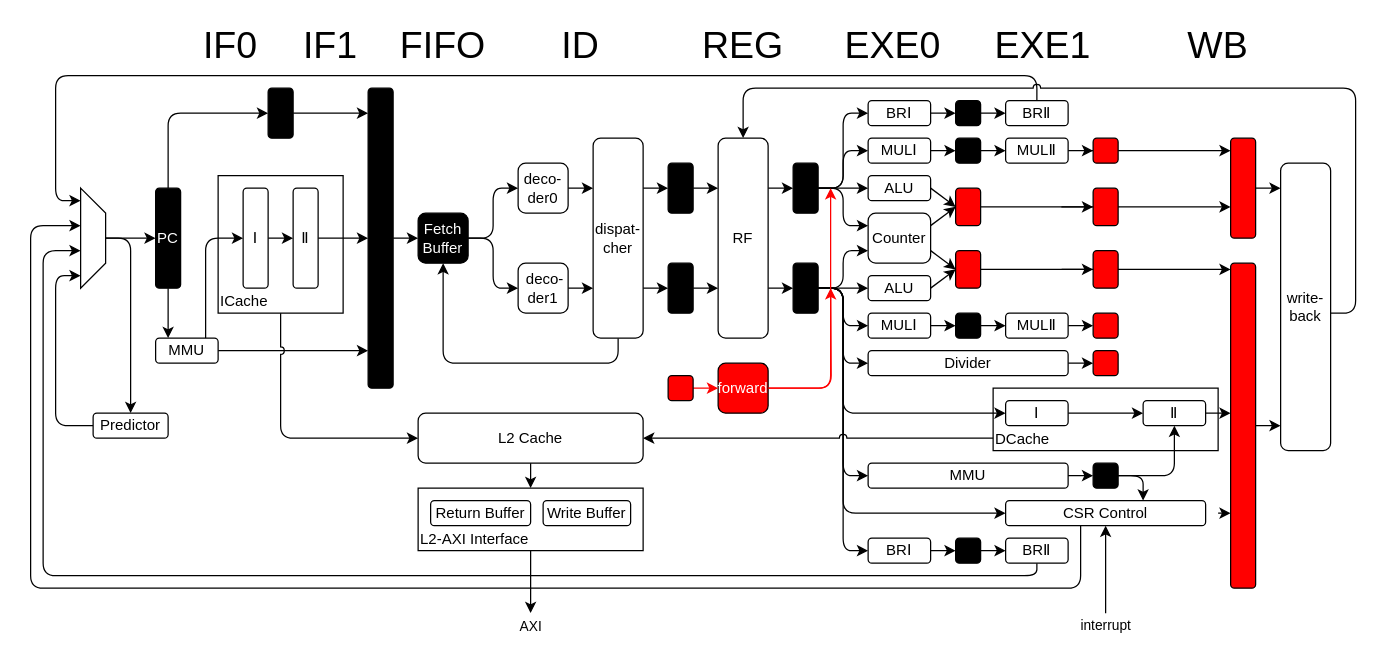
caochenrui/Draw.io keeps this draw.io diagram as 未命名绘图4.drawio. Above is the earlier version. Source tidied: cells renumbered, new cells numbered last; positions are measured from the earlier drawing's top-left corner, leaving out a move shared by most shapes. Both pictures are drawn from the tidied source at 125%, with x=0, y=0 at pixel (30, 25).
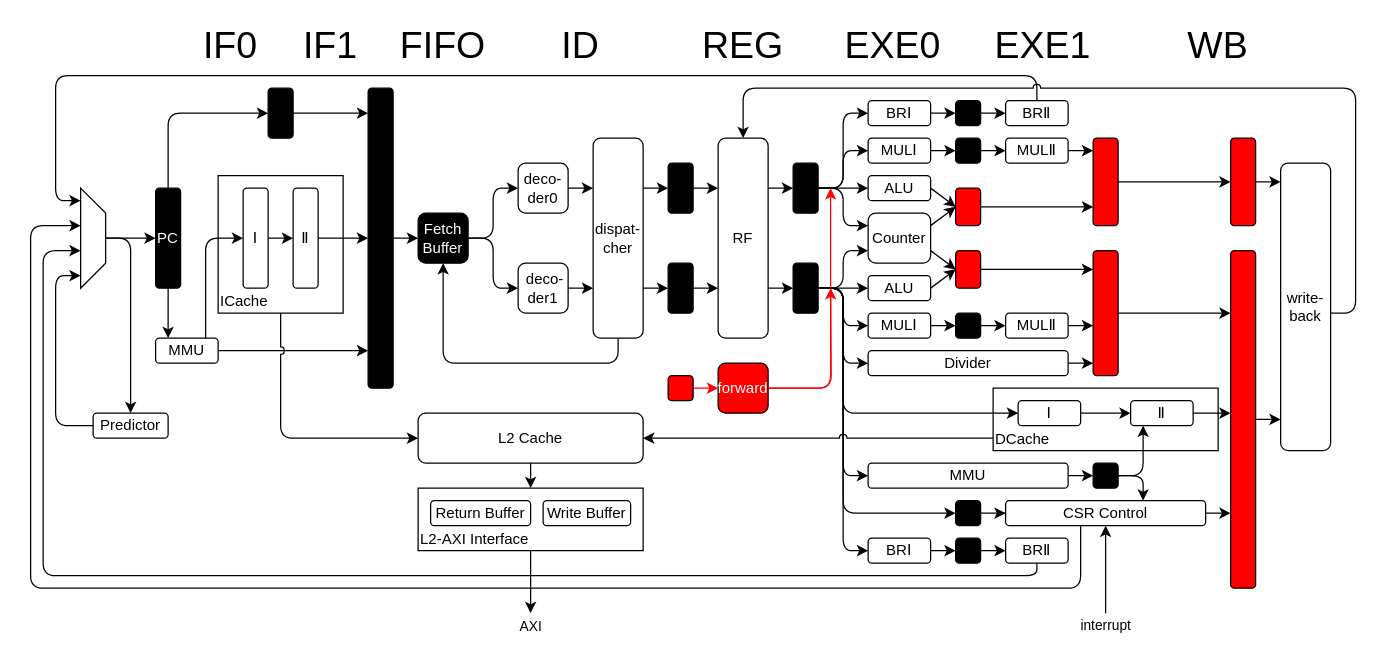
Above is the later version.

Commit message (it also covers changes not shown here):
更新未命名绘图4.drawio

The change refers to these unchanged cells:
```xml
<mxCell id="43" style="whiteSpace=wrap;html=1;fillColor=#000000;fontColor=default;rounded=1;" parent="1" vertex="1">
  <mxGeometry x="610" y="190" width="20" height="40" as="geometry" />
</mxCell>
<mxCell id="49" style="whiteSpace=wrap;html=1;fillColor=#FF0000;fontColor=default;rounded=1;" parent="1" vertex="1">
  <mxGeometry x="740" y="130" width="20" height="30" as="geometry" />
</mxCell>
<mxCell id="65" value="Divider" style="rounded=1;whiteSpace=wrap;html=1;" parent="1" vertex="1">
  <mxGeometry x="670" y="260" width="160" height="20" as="geometry" />
</mxCell>
<mxCell id="68" value="CSR Control" style="rounded=1;whiteSpace=wrap;html=1;" parent="1" vertex="1">
  <mxGeometry x="780" y="380" width="160" height="20" as="geometry" />
</mxCell>
<mxCell id="72" style="whiteSpace=wrap;html=1;fillColor=#FF0000;fontColor=default;rounded=1;" parent="1" vertex="1">
  <mxGeometry x="740" y="180" width="20" height="30" as="geometry" />
</mxCell>
<mxCell id="93" value="write-&lt;br&gt;back" style="rounded=1;whiteSpace=wrap;html=1;" parent="1" vertex="1">
  <mxGeometry x="1000" y="110" width="40" height="230" as="geometry" />
</mxCell>
<mxCell id="103" value="MULⅡ" style="rounded=1;whiteSpace=wrap;html=1;" parent="1" vertex="1">
  <mxGeometry x="780" y="230" width="50" height="20" as="geometry" />
</mxCell>
<mxCell id="109" value="MULⅡ" style="rounded=1;whiteSpace=wrap;html=1;" parent="1" vertex="1">
  <mxGeometry x="780" y="90" width="50" height="20" as="geometry" />
</mxCell>
<mxCell id="139" style="whiteSpace=wrap;html=1;fillColor=#000000;fontColor=default;rounded=1;" parent="1" vertex="1">
  <mxGeometry x="850" y="350" width="20" height="20" as="geometry" />
</mxCell>
```

Diff of the diagram source:
```diff
@@
-    <mxCell id="38" style="edgeStyle=orthogonalEdgeStyle;rounded=1;jettySize=auto;html=1;exitX=1;exitY=0.5;exitDx=0;exitDy=0;" parent="1" edge="1" source="43" target="68">
-      <mxGeometry relative="1" as="geometry">
-        <Array as="points">
-          <mxPoint x="650" y="210" />
-          <mxPoint x="650" y="390" />
-        </Array>
-      </mxGeometry>
-    </mxCell>
@@
-    <mxCell id="48" style="edgeStyle=orthogonalEdgeStyle;rounded=1;jettySize=auto;html=1;exitX=1;exitY=0.5;exitDx=0;exitDy=0;" parent="1" edge="1" source="135" target="55">
-      <mxGeometry relative="1" as="geometry">
-        <Array as="points">
-          <mxPoint x="820" y="145" />
-          <mxPoint x="820" y="145" />
-        </Array>
-      </mxGeometry>
-    </mxCell>
@@
-    <mxCell id="54" style="edgeStyle=orthogonalEdgeStyle;rounded=0;jettySize=auto;html=1;exitX=1;exitY=0.5;exitDx=0;exitDy=0;" parent="1" edge="1" source="55" target="93">
+    <mxCell id="54" style="edgeStyle=orthogonalEdgeStyle;rounded=0;jettySize=auto;html=1;exitX=1;exitY=0.5;exitDx=0;exitDy=0;" parent="1" edge="1" source="144" target="93">
       <mxGeometry relative="1" as="geometry">
         <Array as="points">
-          <mxPoint x="990" y="130" />
-          <mxPoint x="990" y="130" />
+          <mxPoint x="990" y="125" />
+          <mxPoint x="990" y="125" />
         </Array>
       </mxGeometry>
     </mxCell>
     <mxCell id="55" style="whiteSpace=wrap;html=1;fillColor=#FF0000;fontColor=default;rounded=1;" parent="1" vertex="1">
-      <mxGeometry x="960" y="90" width="20" height="80" as="geometry" />
+      <mxGeometry x="850" y="90" width="20" height="70" as="geometry" />
     </mxCell>
@@
-    <mxCell id="62" style="edgeStyle=orthogonalEdgeStyle;rounded=1;jettySize=auto;html=1;exitX=1;exitY=0.5;exitDx=0;exitDy=0;" parent="1" edge="1" source="103" target="130">
-      <mxGeometry relative="1" as="geometry" />
+    <mxCell id="62" style="edgeStyle=orthogonalEdgeStyle;rounded=1;jettySize=auto;html=1;exitX=1;exitY=0.5;exitDx=0;exitDy=0;" parent="1" edge="1" source="103" target="146">
+      <mxGeometry relative="1" as="geometry">
+        <Array as="points">
+          <mxPoint x="850" y="240" />
+          <mxPoint x="850" y="240" />
+        </Array>
+      </mxGeometry>
     </mxCell>
@@
-    <mxCell id="64" style="edgeStyle=orthogonalEdgeStyle;rounded=1;jettySize=auto;html=1;" parent="1" edge="1" source="65" target="131">
-      <mxGeometry relative="1" as="geometry" />
+    <mxCell id="64" style="edgeStyle=orthogonalEdgeStyle;rounded=1;jettySize=auto;html=1;" parent="1" edge="1" source="65" target="146">
+      <mxGeometry relative="1" as="geometry">
+        <Array as="points">
+          <mxPoint x="840" y="270" />
+          <mxPoint x="840" y="270" />
+        </Array>
+      </mxGeometry>
     </mxCell>
@@
-    <mxCell id="67" style="edgeStyle=orthogonalEdgeStyle;rounded=1;jettySize=auto;html=1;exitX=1;exitY=0.5;exitDx=0;exitDy=0;" parent="1" edge="1" target="74">
+    <mxCell id="67" style="edgeStyle=orthogonalEdgeStyle;rounded=1;jettySize=auto;html=1;" parent="1" edge="1" source="68" target="74">
       <mxGeometry relative="1" as="geometry">
-        <mxPoint x="950" y="390" as="sourcePoint" />
         <Array as="points">
-          <mxPoint x="960" y="390" />
-          <mxPoint x="960" y="390" />
+          <mxPoint x="950" y="390" />
+          <mxPoint x="950" y="390" />
         </Array>
       </mxGeometry>
     </mxCell>
@@
-    <mxCell id="71" style="edgeStyle=orthogonalEdgeStyle;rounded=1;jettySize=auto;html=1;exitX=1;exitY=0.5;exitDx=0;exitDy=0;" parent="1" edge="1" source="137" target="74">
-      <mxGeometry relative="1" as="geometry">
-        <Array as="points">
-          <mxPoint x="820" y="195" />
-          <mxPoint x="820" y="195" />
-        </Array>
-      </mxGeometry>
-    </mxCell>
@@
     <mxCell id="74" style="whiteSpace=wrap;html=1;fillColor=#FF0000;fontColor=default;rounded=1;" parent="1" vertex="1">
-      <mxGeometry x="960" y="190" width="20" height="260" as="geometry" />
+      <mxGeometry x="960" y="180" width="20" height="270" as="geometry" />
     </mxCell>
@@
     <mxCell id="79" style="edgeStyle=orthogonalEdgeStyle;rounded=1;jettySize=auto;html=1;" parent="1" edge="1" source="139" target="91">
       <mxGeometry relative="1" as="geometry">
         <Array as="points">
-          <mxPoint x="915" y="360" />
+          <mxPoint x="890" y="360" />
         </Array>
       </mxGeometry>
     </mxCell>
@@
     <mxCell id="88" value="Ⅰ" style="rounded=1;whiteSpace=wrap;html=1;" parent="1" vertex="1">
-      <mxGeometry x="780" y="300" width="50" height="20" as="geometry" />
+      <mxGeometry x="790" y="300" width="50" height="20" as="geometry" />
     </mxCell>
@@
     <mxCell id="91" value="Ⅱ" style="rounded=1;whiteSpace=wrap;html=1;" parent="1" vertex="1">
-      <mxGeometry x="890" y="300" width="50" height="20" as="geometry" />
+      <mxGeometry x="880" y="300" width="50" height="20" as="geometry" />
     </mxCell>
@@
-    <mxCell id="108" style="edgeStyle=orthogonalEdgeStyle;rounded=0;jettySize=auto;html=1;exitX=1;exitY=0.5;exitDx=0;exitDy=0;" parent="1" edge="1" source="109" target="133">
-      <mxGeometry relative="1" as="geometry" />
+    <mxCell id="108" style="edgeStyle=orthogonalEdgeStyle;rounded=0;jettySize=auto;html=1;exitX=1;exitY=0.5;exitDx=0;exitDy=0;" parent="1" edge="1" source="109" target="55">
+      <mxGeometry relative="1" as="geometry">
+        <Array as="points">
+          <mxPoint x="840" y="100" />
+          <mxPoint x="840" y="100" />
+        </Array>
+      </mxGeometry>
     </mxCell>
@@
-    <mxCell id="130" style="whiteSpace=wrap;html=1;fillColor=#FF0000;fontColor=default;rounded=1;" parent="1" vertex="1">
-      <mxGeometry x="850" y="230" width="20" height="20" as="geometry" />
-    </mxCell>
-    <mxCell id="131" style="whiteSpace=wrap;html=1;fillColor=#FF0000;fontColor=default;rounded=1;" parent="1" vertex="1">
-      <mxGeometry x="850" y="260" width="20" height="20" as="geometry" />
-    </mxCell>
-    <mxCell id="132" style="edgeStyle=orthogonalEdgeStyle;rounded=0;jettySize=auto;html=1;exitX=1;exitY=0.5;exitDx=0;exitDy=0;" parent="1" edge="1" source="133" target="55">
-      <mxGeometry relative="1" as="geometry">
-        <Array as="points">
-          <mxPoint x="940" y="100" />
-          <mxPoint x="940" y="100" />
-        </Array>
-      </mxGeometry>
-    </mxCell>
-    <mxCell id="133" style="whiteSpace=wrap;html=1;fillColor=#FF0000;fontColor=default;rounded=1;" parent="1" vertex="1">
-      <mxGeometry x="850" y="90" width="20" height="20" as="geometry" />
-    </mxCell>
-    <mxCell id="134" style="edgeStyle=orthogonalEdgeStyle;rounded=1;jettySize=auto;html=1;exitX=1;exitY=0.5;exitDx=0;exitDy=0;" parent="1" edge="1" source="49" target="135">
-      <mxGeometry relative="1" as="geometry" />
+    <mxCell id="134" style="edgeStyle=orthogonalEdgeStyle;rounded=1;jettySize=auto;html=1;exitX=1;exitY=0.5;exitDx=0;exitDy=0;" parent="1" edge="1" source="49" target="55">
+      <mxGeometry relative="1" as="geometry">
+        <Array as="points">
+          <mxPoint x="830" y="145" />
+          <mxPoint x="830" y="145" />
+        </Array>
+      </mxGeometry>
     </mxCell>
-    <mxCell id="135" style="whiteSpace=wrap;html=1;fillColor=#FF0000;fontColor=default;rounded=1;" parent="1" vertex="1">
-      <mxGeometry x="850" y="130" width="20" height="30" as="geometry" />
-    </mxCell>
-    <mxCell id="136" style="edgeStyle=orthogonalEdgeStyle;rounded=1;jettySize=auto;html=1;exitX=1;exitY=0.5;exitDx=0;exitDy=0;" parent="1" edge="1" source="72" target="137">
-      <mxGeometry relative="1" as="geometry" />
+    <mxCell id="136" style="edgeStyle=orthogonalEdgeStyle;rounded=1;jettySize=auto;html=1;exitX=1;exitY=0.5;exitDx=0;exitDy=0;" parent="1" edge="1" source="72" target="146">
+      <mxGeometry relative="1" as="geometry">
+        <Array as="points">
+          <mxPoint x="830" y="195" />
+          <mxPoint x="830" y="195" />
+        </Array>
+      </mxGeometry>
     </mxCell>
-    <mxCell id="137" style="whiteSpace=wrap;html=1;fillColor=#FF0000;fontColor=default;rounded=1;" parent="1" vertex="1">
-      <mxGeometry x="850" y="180" width="20" height="30" as="geometry" />
-    </mxCell>
@@
+    <mxCell id="140" style="edgeStyle=orthogonalEdgeStyle;rounded=1;jettySize=auto;html=1;exitX=1;exitY=0.5;exitDx=0;exitDy=0;" parent="1" edge="1" source="43" target="142">
+      <mxGeometry relative="1" as="geometry">
+        <Array as="points">
+          <mxPoint x="650" y="210" />
+          <mxPoint x="650" y="390" />
+        </Array>
+      </mxGeometry>
+    </mxCell>
+    <mxCell id="141" style="edgeStyle=orthogonalEdgeStyle;rounded=0;jettySize=auto;html=1;exitX=1;exitY=0.5;exitDx=0;exitDy=0;" parent="1" edge="1" source="142" target="68">
+      <mxGeometry relative="1" as="geometry" />
+    </mxCell>
+    <mxCell id="142" style="whiteSpace=wrap;html=1;fillColor=#000000;fontColor=default;rounded=1;" parent="1" vertex="1">
+      <mxGeometry x="740" y="380" width="20" height="20" as="geometry" />
+    </mxCell>
+    <mxCell id="143" style="edgeStyle=orthogonalEdgeStyle;rounded=0;jettySize=auto;html=1;exitX=1;exitY=0.5;exitDx=0;exitDy=0;" parent="1" edge="1" source="55" target="144">
+      <mxGeometry relative="1" as="geometry" />
+    </mxCell>
+    <mxCell id="144" style="whiteSpace=wrap;html=1;fillColor=#FF0000;fontColor=default;rounded=1;" parent="1" vertex="1">
+      <mxGeometry x="960" y="90" width="20" height="70" as="geometry" />
+    </mxCell>
+    <mxCell id="145" style="edgeStyle=orthogonalEdgeStyle;rounded=0;jettySize=auto;html=1;exitX=1;exitY=0.5;exitDx=0;exitDy=0;" parent="1" edge="1" source="146" target="74">
+      <mxGeometry relative="1" as="geometry">
+        <Array as="points">
+          <mxPoint x="950" y="230" />
+          <mxPoint x="950" y="230" />
+        </Array>
+      </mxGeometry>
+    </mxCell>
+    <mxCell id="146" style="whiteSpace=wrap;html=1;fillColor=#FF0000;fontColor=default;rounded=1;" parent="1" vertex="1">
+      <mxGeometry x="850" y="180" width="20" height="100" as="geometry" />
+    </mxCell>
```
